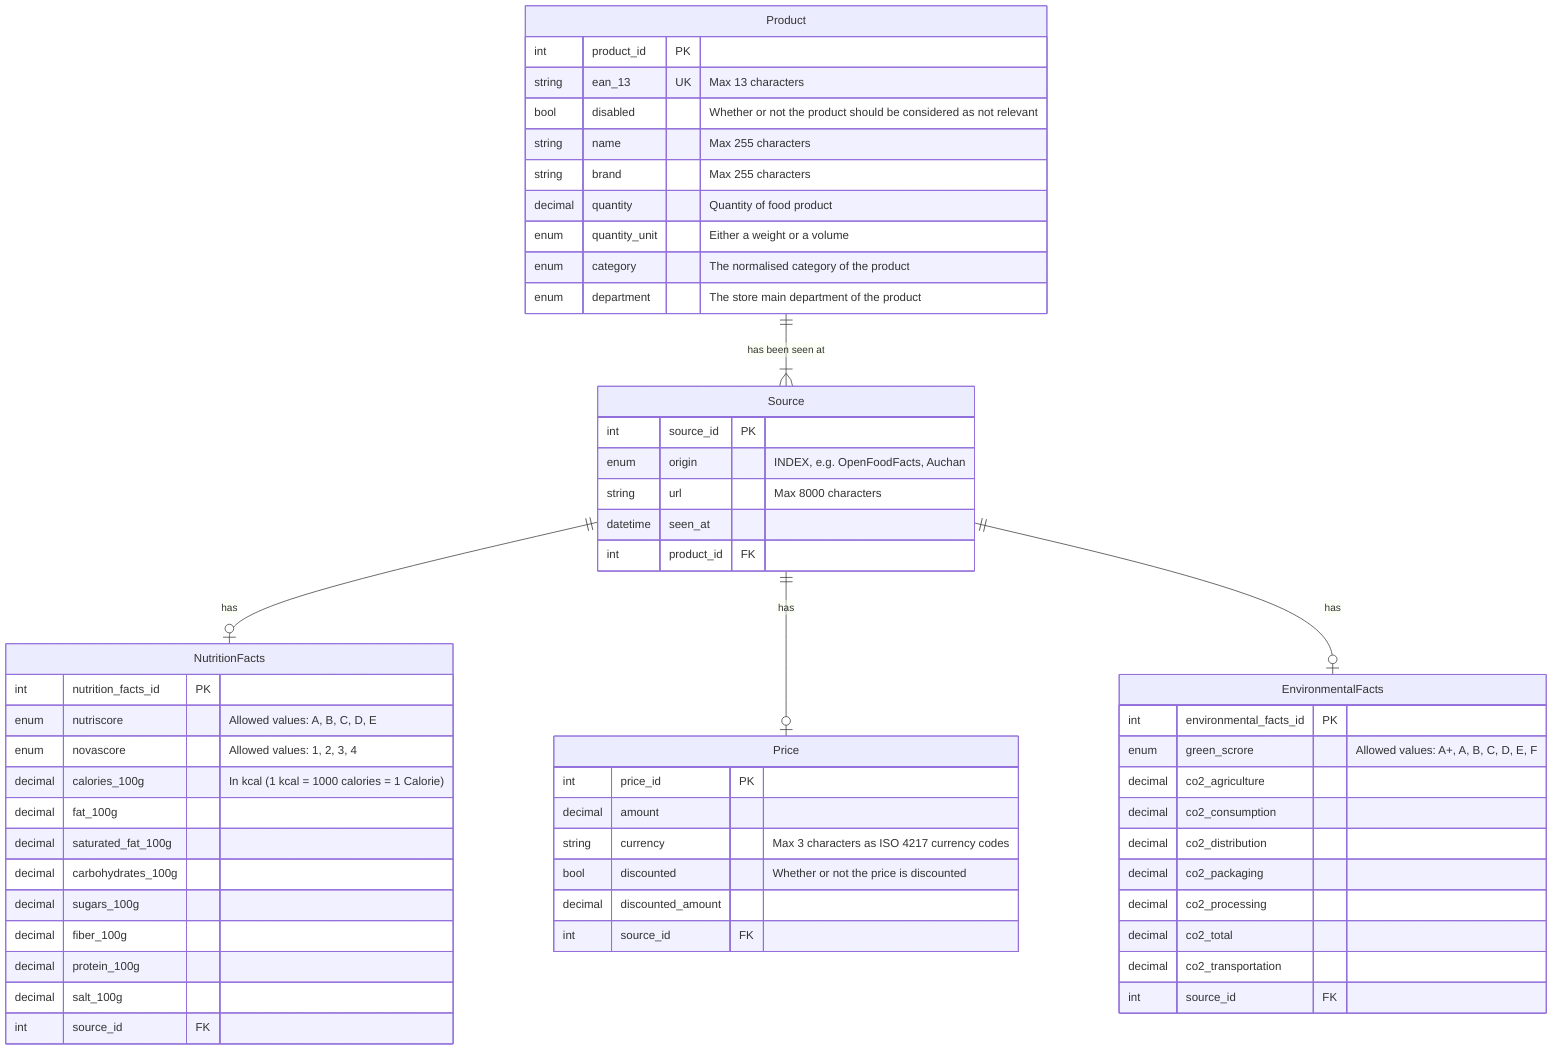
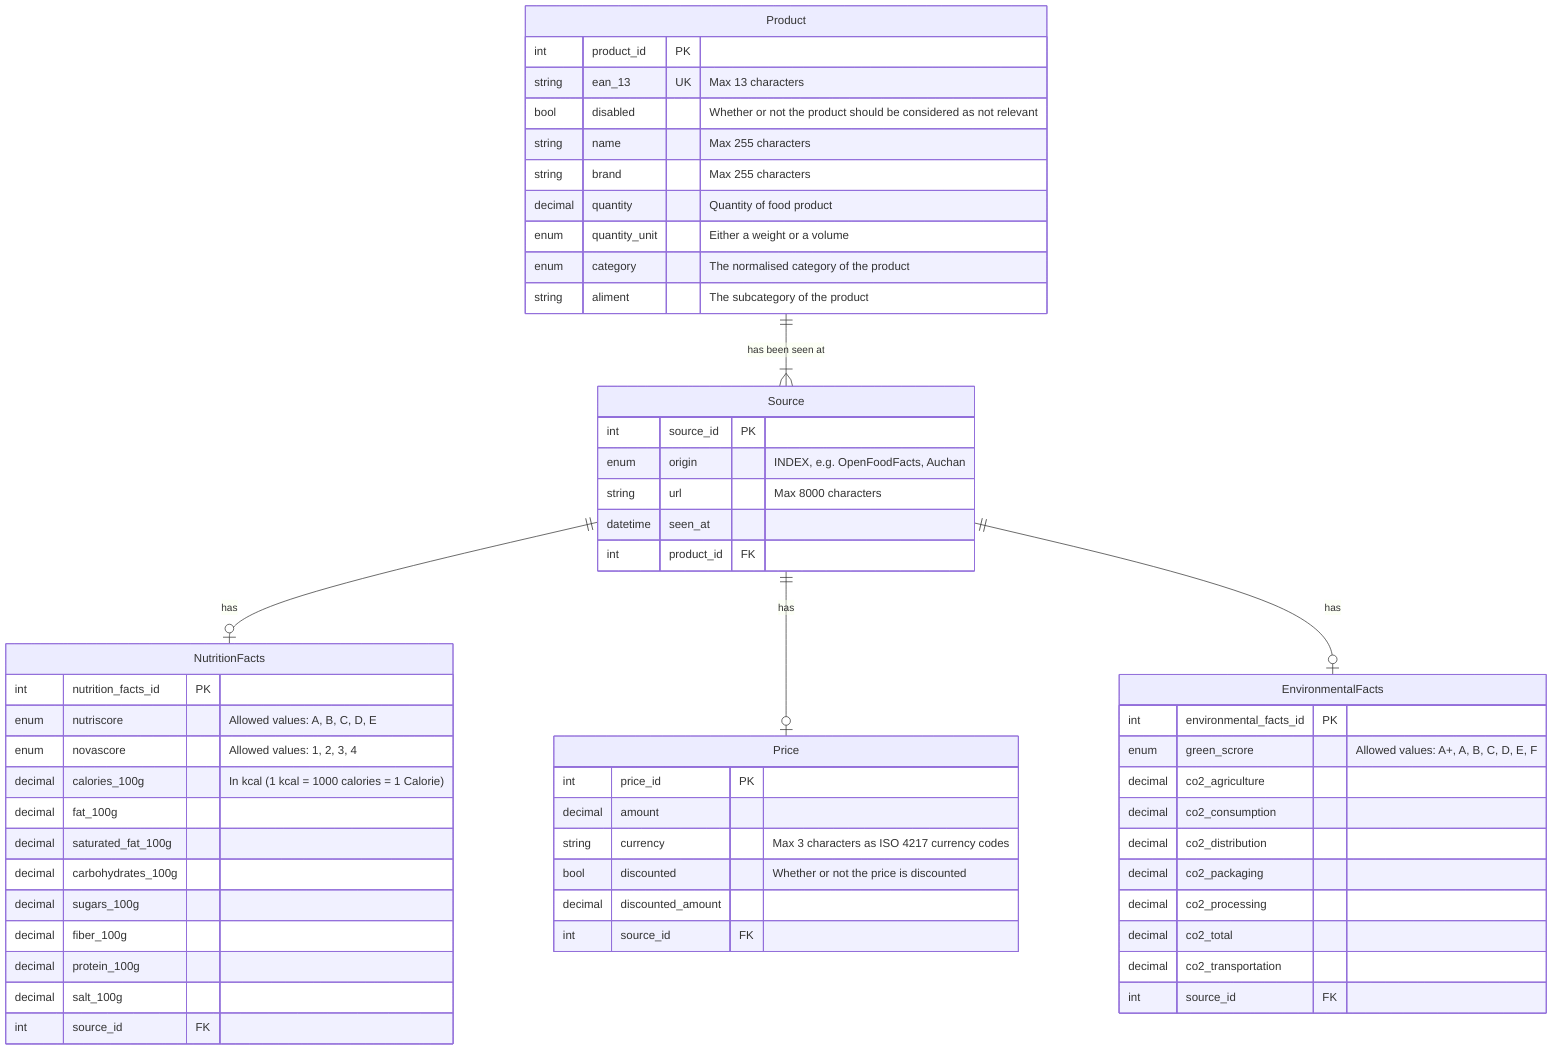
erDiagram
    Product {
        int product_id PK

        string ean_13 UK "Max 13 characters"
        bool disabled "Whether or not the product should be considered as not relevant"

        string name "Max 255 characters"
        string brand "Max 255 characters"

        decimal quantity "Quantity of food product"
        enum quantity_unit "Either a weight or a volume"

        enum category "The normalised category of the product"
-         enum department "The store main department of the product"
+         string aliment "The subcategory of the product"

    }

    Source {
        int source_id PK

        enum origin "INDEX, e.g. OpenFoodFacts, Auchan"
        string url "Max 8000 characters"
        datetime seen_at

        int product_id FK
    }

    NutritionFacts {
        int nutrition_facts_id PK

        enum nutriscore "Allowed values: A, B, C, D, E"
        enum novascore "Allowed values: 1, 2, 3, 4"

        decimal calories_100g "In kcal (1 kcal = 1000 calories = 1 Calorie)"

        decimal fat_100g
        decimal saturated_fat_100g
        decimal carbohydrates_100g
        decimal sugars_100g
        decimal fiber_100g
        decimal protein_100g
        decimal salt_100g

        int source_id FK
    }

    Price {
        int price_id PK

        decimal amount
        string currency "Max 3 characters as ISO 4217 currency codes"
        bool discounted "Whether or not the price is discounted"
        decimal discounted_amount

        int source_id FK
    }

    EnvironmentalFacts {
        int environmental_facts_id PK

        enum green_scrore "Allowed values: A+, A, B, C, D, E, F"

        decimal co2_agriculture
        decimal co2_consumption
        decimal co2_distribution
        decimal co2_packaging
        decimal co2_processing
        decimal co2_total
        decimal co2_transportation

        int source_id FK
    }

    Product 1--1+ Source : "has been seen at"

    Source 1--one or zero NutritionFacts : "has"
    Source 1--one or zero Price : "has"
    Source 1--one or zero EnvironmentalFacts : "has"
